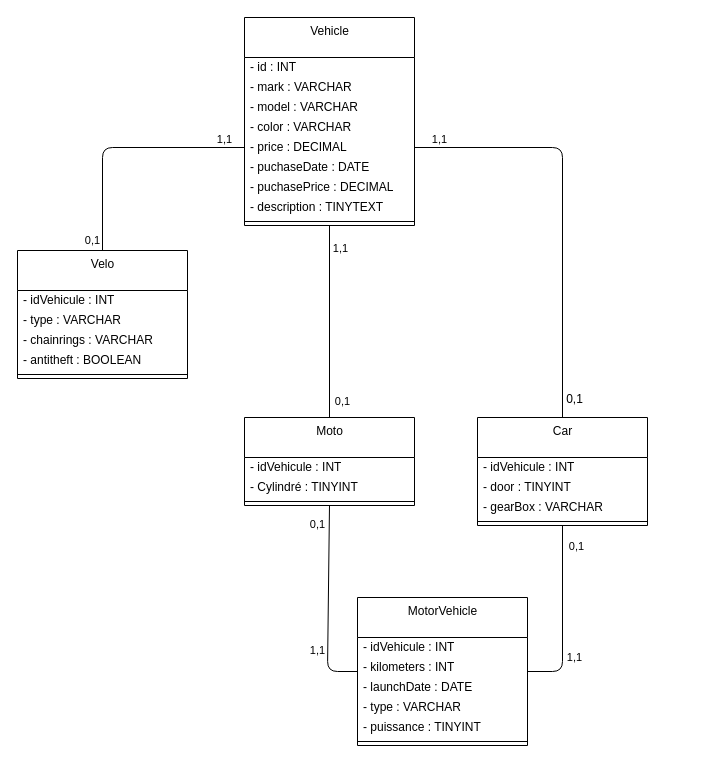
Earlier version of the draw.io diagram configurateur-de-vehicule/conception/modele-de-données.drawio (Roland-Foucher/configurateur-de-vehicule). Source tidied: cells renumbered, new cells numbered last; positions are measured from the earlier drawing's top-left corner, leaving out a move shared by most shapes. Both pictures are drawn from the tidied source at 100%, with x=0, y=0 at pixel (17, 17).
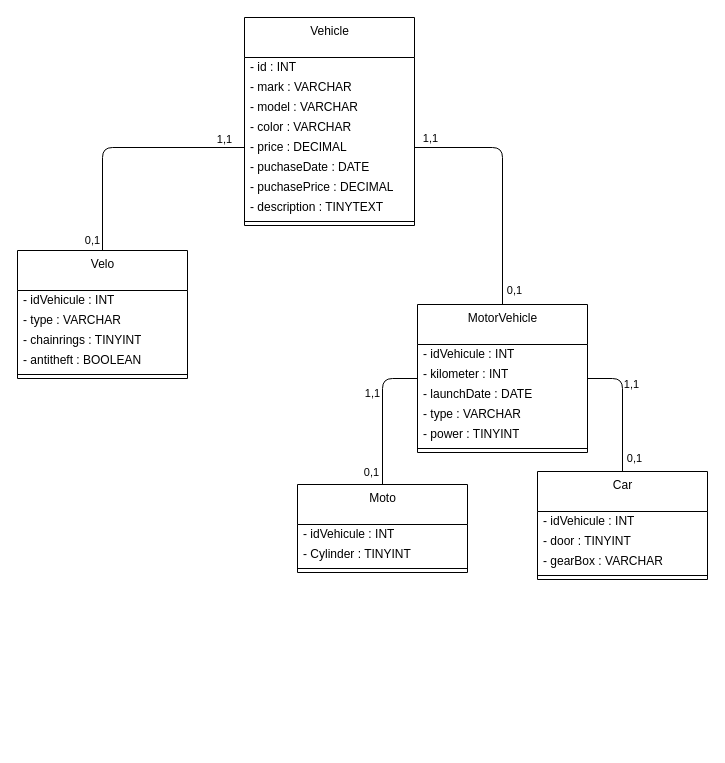
The same diagram, later.

The change refers to these unchanged cells:
```xml
<mxCell id="2" value="Vehicle" style="swimlane;fontStyle=0;align=center;verticalAlign=top;horizontal=1;startSize=40;html=1;" parent="1" vertex="1">
  <mxGeometry x="227" width="170" height="208" as="geometry" />
</mxCell>
<mxCell id="7" value="- price : DECIMAL" style="text;html=1;strokeColor=none;fillColor=none;align=left;verticalAlign=middle;spacingLeft=4;spacingRight=4;overflow=hidden;points=[[0,0.5],[1,0.5]];portConstraint=eastwest;" parent="2" vertex="1">
  <mxGeometry y="120" width="170" height="20" as="geometry" />
</mxCell>
<mxCell id="43" value="Velo" style="swimlane;fontStyle=0;align=center;verticalAlign=top;horizontal=1;startSize=40;html=1;" parent="1" vertex="1">
  <mxGeometry y="233" width="170" height="128" as="geometry" />
</mxCell>
```

Diff of the diagram source:
```diff
@@
+    <mxCell id="51" style="edgeStyle=none;html=1;exitX=0.5;exitY=0;exitDx=0;exitDy=0;entryX=1;entryY=0.5;entryDx=0;entryDy=0;endArrow=none;endFill=0;" parent="1" edge="1" source="12" target="7">
+      <mxGeometry relative="1" as="geometry">
+        <Array as="points">
+          <mxPoint x="485" y="130" />
+        </Array>
+      </mxGeometry>
+    </mxCell>
+    <mxCell id="52" value="1,1" style="edgeLabel;html=1;align=center;verticalAlign=middle;" parent="51" vertex="1">
+      <mxGeometry x="0.87" y="3" relative="1" as="geometry">
+        <mxPoint x="-1" y="-13" as="offset" />
+      </mxGeometry>
+    </mxCell>
+    <mxCell id="33" value="0,1" style="edgeLabel;html=1;align=center;verticalAlign=middle;" parent="51" vertex="1">
+      <mxGeometry x="-0.86" y="-1" relative="1" as="geometry">
+        <mxPoint x="10" y="2" as="offset" />
+      </mxGeometry>
+    </mxCell>
     <mxCell id="12" value="MotorVehicle" style="swimlane;fontStyle=0;align=center;verticalAlign=top;horizontal=1;startSize=40;html=1;" parent="1" vertex="1">
-      <mxGeometry x="340" y="580" width="170" height="148" as="geometry" />
+      <mxGeometry x="400" y="287" width="170" height="148" as="geometry" />
     </mxCell>
@@
-    <mxCell id="14" value="- kilometers : INT" style="text;html=1;strokeColor=none;fillColor=none;align=left;verticalAlign=middle;spacingLeft=4;spacingRight=4;overflow=hidden;" parent="12" vertex="1">
+    <mxCell id="14" value="- kilometer : INT" style="text;html=1;strokeColor=none;fillColor=none;align=left;verticalAlign=middle;spacingLeft=4;spacingRight=4;overflow=hidden;" parent="12" vertex="1">
       <mxGeometry y="60" width="170" height="20" as="geometry" />
     </mxCell>
@@
-    <mxCell id="17" value="- puissance : TINYINT" style="text;html=1;strokeColor=none;fillColor=none;align=left;verticalAlign=middle;spacingLeft=4;spacingRight=4;overflow=hidden;" parent="12" vertex="1">
+    <mxCell id="17" value="- power : TINYINT" style="text;html=1;strokeColor=none;fillColor=none;align=left;verticalAlign=middle;spacingLeft=4;spacingRight=4;overflow=hidden;" parent="12" vertex="1">
       <mxGeometry y="120" width="170" height="20" as="geometry" />
     </mxCell>
@@
-    <mxCell id="19" style="edgeStyle=none;html=1;exitX=0.5;exitY=0;exitDx=0;exitDy=0;entryX=1;entryY=0.5;entryDx=0;entryDy=0;endArrow=none;endFill=0;" parent="1" edge="1" source="26" target="7">
-      <mxGeometry relative="1" as="geometry">
-        <Array as="points">
-          <mxPoint x="545" y="130" />
-        </Array>
-      </mxGeometry>
-    </mxCell>
-    <mxCell id="20" value="1,1" style="edgeLabel;html=1;align=center;verticalAlign=middle;" parent="19" vertex="1">
-      <mxGeometry x="0.88" y="2" relative="1" as="geometry">
-        <mxPoint x="-1" y="-11" as="offset" />
-      </mxGeometry>
-    </mxCell>
-    <mxCell id="21" style="edgeLabel;html=1;align=center;verticalAlign=middle;" parent="19" vertex="1">
-      <mxGeometry x="-0.9" y="-2" relative="1" as="geometry" />
-    </mxCell>
-    <mxCell id="22" style="edgeLabel;html=1;align=center;verticalAlign=middle;" parent="19" vertex="1">
-      <mxGeometry x="-0.91" y="-4" relative="1" as="geometry" />
-    </mxCell>
-    <mxCell id="23" style="edgeStyle=none;html=1;exitX=0.5;exitY=1;exitDx=0;exitDy=0;entryX=1;entryY=0.5;entryDx=0;entryDy=0;endArrow=none;endFill=0;" parent="1" edge="1" source="26" target="12">
+    <mxCell id="23" style="edgeStyle=none;html=1;exitX=0.5;exitY=0;exitDx=0;exitDy=0;entryX=1;entryY=0.5;entryDx=0;entryDy=0;endArrow=none;endFill=0;" parent="1" edge="1" source="26" target="12">
       <mxGeometry relative="1" as="geometry">
         <Array as="points">
-          <mxPoint x="545" y="654" />
+          <mxPoint x="605" y="361" />
         </Array>
       </mxGeometry>
     </mxCell>
@@
     <mxCell id="25" value="1,1" style="edgeLabel;html=1;align=center;verticalAlign=middle;" parent="23" vertex="1">
       <mxGeometry x="0.44" y="3" relative="1" as="geometry">
-        <mxPoint x="8" y="1" as="offset" />
+        <mxPoint x="11" y="4" as="offset" />
       </mxGeometry>
     </mxCell>
     <mxCell id="26" value="Car" style="swimlane;fontStyle=0;align=center;verticalAlign=top;horizontal=1;startSize=40;html=1;" parent="1" vertex="1">
-      <mxGeometry x="460" y="400" width="170" height="108" as="geometry" />
+      <mxGeometry x="520" y="454" width="170" height="108" as="geometry" />
     </mxCell>
@@
-    <mxCell id="31" style="edgeStyle=none;html=1;exitX=0.5;exitY=0;exitDx=0;exitDy=0;endArrow=none;endFill=0;entryX=0.5;entryY=1;entryDx=0;entryDy=0;" parent="1" edge="1" source="37" target="2">
-      <mxGeometry relative="1" as="geometry" />
-    </mxCell>
-    <mxCell id="32" value="1,1" style="edgeLabel;html=1;align=center;verticalAlign=middle;" parent="31" vertex="1">
-      <mxGeometry x="0.77" y="-2" relative="1" as="geometry">
-        <mxPoint x="8" as="offset" />
-      </mxGeometry>
-    </mxCell>
-    <mxCell id="33" value="0,1" style="edgeLabel;html=1;align=center;verticalAlign=middle;" parent="31" vertex="1">
-      <mxGeometry x="-0.77" relative="1" as="geometry">
-        <mxPoint x="12" y="5" as="offset" />
-      </mxGeometry>
-    </mxCell>
-    <mxCell id="34" style="edgeStyle=none;html=1;exitX=0.5;exitY=1;exitDx=0;exitDy=0;entryX=0;entryY=0.5;entryDx=0;entryDy=0;endArrow=none;endFill=0;" parent="1" edge="1" source="37" target="12">
+    <mxCell id="34" style="edgeStyle=none;html=1;exitX=0.5;exitY=0;exitDx=0;exitDy=0;entryX=0;entryY=0.5;entryDx=0;entryDy=0;endArrow=none;endFill=0;" parent="1" edge="1" source="37" target="12">
       <mxGeometry relative="1" as="geometry">
         <Array as="points">
-          <mxPoint x="310" y="654" />
+          <mxPoint x="365" y="361" />
         </Array>
       </mxGeometry>
     </mxCell>
@@
     <mxCell id="37" value="Moto" style="swimlane;fontStyle=0;align=center;verticalAlign=top;horizontal=1;startSize=40;html=1;" parent="1" vertex="1">
-      <mxGeometry x="227" y="400" width="170" height="88" as="geometry" />
+      <mxGeometry x="280" y="467" width="170" height="88" as="geometry" />
     </mxCell>
@@
-    <mxCell id="39" value="- Cylindré : TINYINT" style="text;html=1;strokeColor=none;fillColor=none;align=left;verticalAlign=middle;spacingLeft=4;spacingRight=4;overflow=hidden;" parent="37" vertex="1">
+    <mxCell id="39" value="- Cylinder : TINYINT" style="text;html=1;strokeColor=none;fillColor=none;align=left;verticalAlign=middle;spacingLeft=4;spacingRight=4;overflow=hidden;" parent="37" vertex="1">
       <mxGeometry y="60" width="170" height="20" as="geometry" />
     </mxCell>
@@
-    <mxCell id="46" value="- chainrings : VARCHAR" style="text;html=1;strokeColor=none;fillColor=none;align=left;verticalAlign=middle;spacingLeft=4;spacingRight=4;overflow=hidden;" parent="43" vertex="1">
+    <mxCell id="46" value="- chainrings : TINYINT" style="text;html=1;strokeColor=none;fillColor=none;align=left;verticalAlign=middle;spacingLeft=4;spacingRight=4;overflow=hidden;" parent="43" vertex="1">
       <mxGeometry y="80" width="170" height="20" as="geometry" />
     </mxCell>
@@
-    <mxCell id="50" value="0,1" style="text;html=1;align=center;verticalAlign=middle;strokeColor=none;fillColor=none;" parent="1" vertex="1">
-      <mxGeometry x="542" y="372" width="30" height="20" as="geometry" />
-    </mxCell>
```
